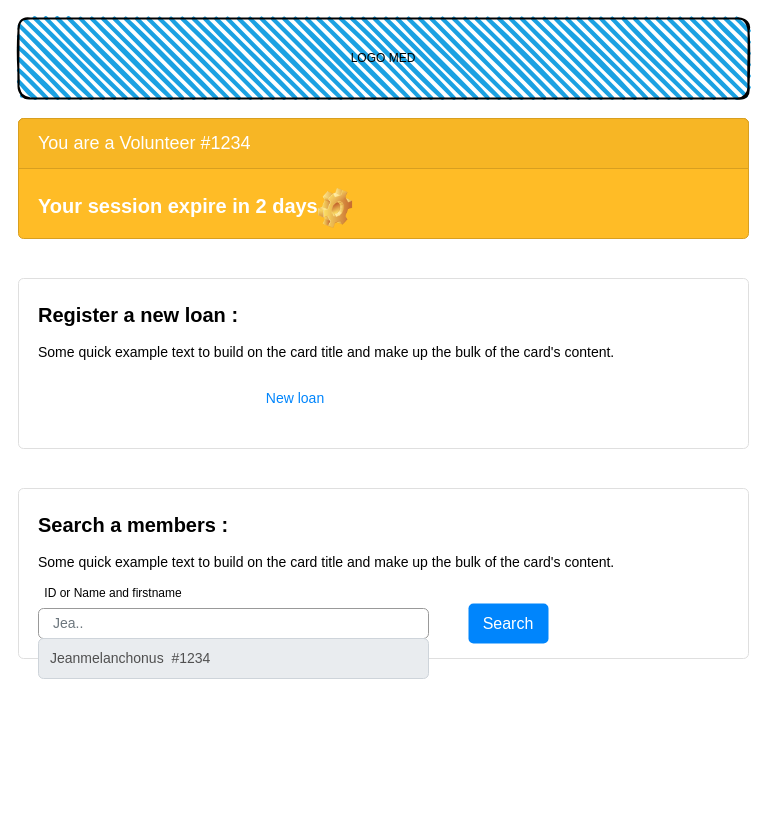
Earlier version of the draw.io diagram page "volunteer" (6 of 18) of maquette_mediathéque.drawio (lemairemarius/Uml). Source tidied: cells renumbered, new cells numbered last; positions are measured from the earlier drawing's top-left corner, leaving out a move shared by most shapes. Both pictures are drawn from the tidied source at 100%, with x=0, y=0 at pixel (18, 18).
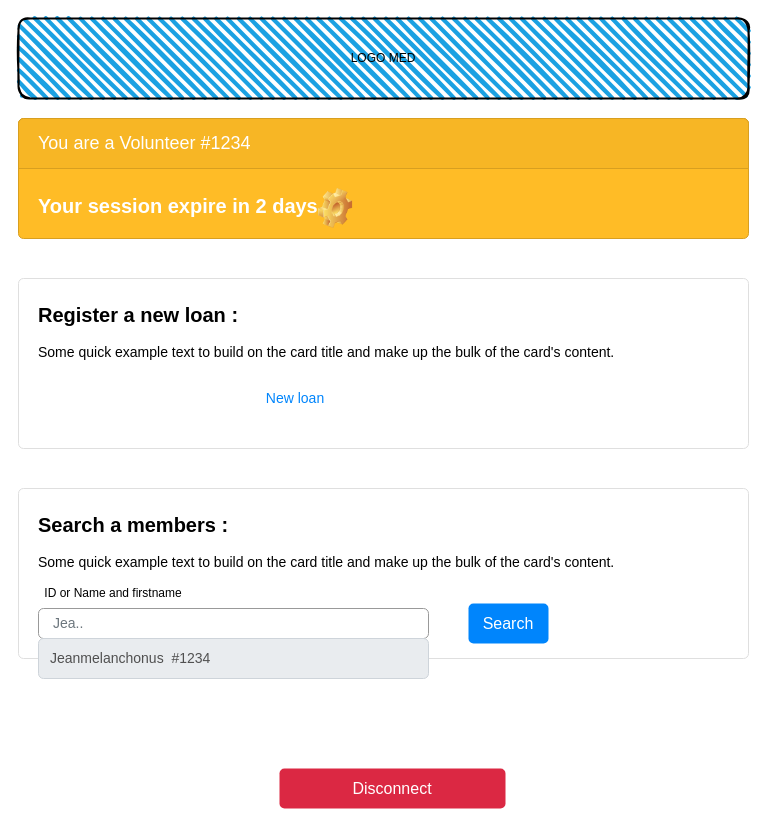
The same diagram, later.

Change to the diagram source:
```diff
@@
 <mxGraphModel>
   <root>
     <mxCell id="0" />
     <mxCell id="1" parent="0" />
     <mxCell id="2" value="LOGO MED" style="rounded=1;whiteSpace=wrap;html=1;strokeWidth=2;fillWeight=4;hachureGap=8;hachureAngle=45;fillColor=#1ba1e2;sketch=1;" parent="1" vertex="1">
       <mxGeometry width="730" height="80" as="geometry" />
     </mxCell>
     <mxCell id="3" value="&lt;span style=&quot;font-size: 20px&quot;&gt;&lt;b&gt;Your session expire in 2 days&lt;/b&gt;&lt;/span&gt;" style="html=1;shadow=0;dashed=0;shape=mxgraph.bootstrap.rrect;rSize=5;strokeColor=#D89F20;html=1;whiteSpace=wrap;fillColor=#FFBC26;fontColor=#ffffff;verticalAlign=bottom;align=left;spacing=20;spacingBottom=0;fontSize=14;" parent="1" vertex="1">
       <mxGeometry y="100" width="730" height="120" as="geometry" />
     </mxCell>
     <mxCell id="4" value="You are a Volunteer #1234" style="html=1;shadow=0;dashed=0;shape=mxgraph.bootstrap.topButton;rSize=5;perimeter=none;whiteSpace=wrap;fillColor=#F7B625;strokeColor=#D89F20;fontColor=#ffffff;fontSize=18;align=left;spacing=20;" parent="3" vertex="1">
       <mxGeometry width="730" height="50" relative="1" as="geometry" />
     </mxCell>
     <mxCell id="5" style="shape=image;html=1;verticalLabelPosition=bottom;verticalAlign=top;imageAspect=1;image=img/clipart/Gear_128x128.png;fillColor=#D4E1F5;" parent="3" vertex="1">
       <mxGeometry x="300" y="70" width="34.1" height="40" as="geometry" />
     </mxCell>
     <mxCell id="6" value="&lt;b&gt;&lt;font style=&quot;font-size: 20px&quot;&gt;Register a new loan :&lt;/font&gt;&lt;font style=&quot;color: rgb(108 , 118 , 125) ; font-size: 14px&quot;&gt;&lt;br&gt;&lt;/font&gt;&lt;/b&gt;&lt;br style=&quot;font-size: 14px&quot;&gt;Some quick example text to build on the card title and make up the bulk of the card's content." style="html=1;shadow=0;dashed=0;shape=mxgraph.bootstrap.rrect;rSize=5;strokeColor=#DFDFDF;html=1;whiteSpace=wrap;fillColor=#ffffff;fontColor=#000000;verticalAlign=top;align=left;spacing=20;fontSize=14;" parent="1" vertex="1">
       <mxGeometry y="260" width="730" height="170" as="geometry" />
     </mxCell>
     <mxCell id="7" value="New loan" style="html=1;shadow=0;dashed=0;shape=mxgraph.bootstrap.rrect;rSize=5;perimeter=none;whiteSpace=wrap;fillColor=none;strokeColor=none;fontColor=#0085FC;fontSize=14;align=center;" parent="6" vertex="1">
       <mxGeometry y="1" width="146" height="40" relative="1" as="geometry">
         <mxPoint x="204.1" y="-70" as="offset" />
       </mxGeometry>
     </mxCell>
     <mxCell id="8" value="&lt;b&gt;&lt;font style=&quot;font-size: 20px&quot;&gt;Search a members :&lt;/font&gt;&lt;font style=&quot;color: rgb(108 , 118 , 125) ; font-size: 14px&quot;&gt;&lt;br&gt;&lt;/font&gt;&lt;/b&gt;&lt;br style=&quot;font-size: 14px&quot;&gt;Some quick example text to build on the card title and make up the bulk of the card's content." style="html=1;shadow=0;dashed=0;shape=mxgraph.bootstrap.rrect;rSize=5;strokeColor=#DFDFDF;html=1;whiteSpace=wrap;fillColor=#ffffff;fontColor=#000000;verticalAlign=top;align=left;spacing=20;fontSize=14;" parent="1" vertex="1">
       <mxGeometry y="470" width="730" height="170" as="geometry" />
     </mxCell>
     <mxCell id="9" value="Jea.." style="html=1;shadow=0;dashed=0;shape=mxgraph.bootstrap.rrect;rSize=5;fillColor=none;strokeColor=#999999;align=left;spacing=15;fontSize=14;fontColor=#6C767D;" parent="1" vertex="1">
       <mxGeometry x="20" y="590" width="390" height="30" as="geometry" />
     </mxCell>
     <mxCell id="10" value="ID or Name and firstname" style="text;html=1;strokeColor=none;fillColor=none;align=center;verticalAlign=middle;whiteSpace=wrap;rounded=0;" parent="1" vertex="1">
       <mxGeometry y="565" width="190" height="20" as="geometry" />
     </mxCell>
     <mxCell id="11" value="Search" style="html=1;shadow=0;dashed=0;shape=mxgraph.bootstrap.rrect;rSize=5;strokeColor=none;strokeWidth=1;fillColor=#0085FC;fontColor=#FFFFFF;whiteSpace=wrap;align=center;verticalAlign=middle;spacingLeft=0;fontStyle=0;fontSize=16;spacing=5;" parent="1" vertex="1">
       <mxGeometry x="450" y="585" width="80" height="40" as="geometry" />
     </mxCell>
     <mxCell id="12" value="Jeanmelanchonus&amp;nbsp; #1234" style="html=1;shadow=0;dashed=0;shape=mxgraph.bootstrap.rrect;rSize=5;strokeColor=#CED4DA;strokeWidth=1;fillColor=#E9ECEF;fontColor=#505050;whiteSpace=wrap;align=left;verticalAlign=middle;spacingLeft=10;fontSize=14;" parent="1" vertex="1">
       <mxGeometry x="20" y="620" width="390" height="40" as="geometry" />
     </mxCell>
+    <mxCell id="13" value="Disconnect" style="html=1;shadow=0;dashed=0;shape=mxgraph.bootstrap.rrect;rSize=5;strokeColor=none;strokeWidth=1;fillColor=#DB2843;fontColor=#FFFFFF;whiteSpace=wrap;align=center;verticalAlign=middle;spacingLeft=0;fontStyle=0;fontSize=16;spacing=5;" parent="1" vertex="1">
+      <mxGeometry x="261" y="750" width="226" height="40" as="geometry" />
+    </mxCell>
   </root>
 </mxGraphModel>
```
